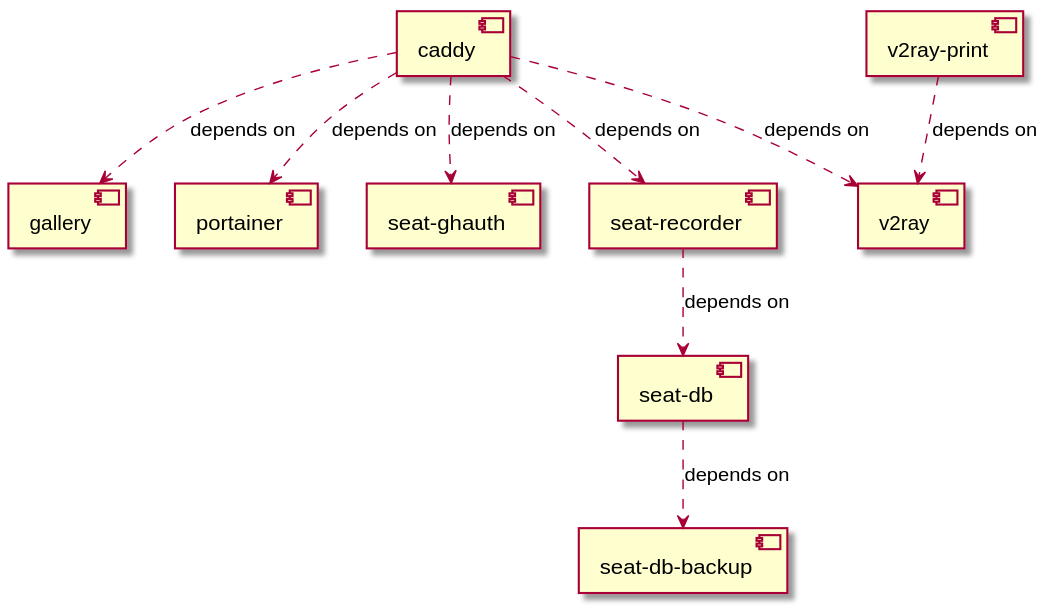
CS-Tao/services keeps this PlantUML diagram as services_graph.svg. Above is the earlier version.
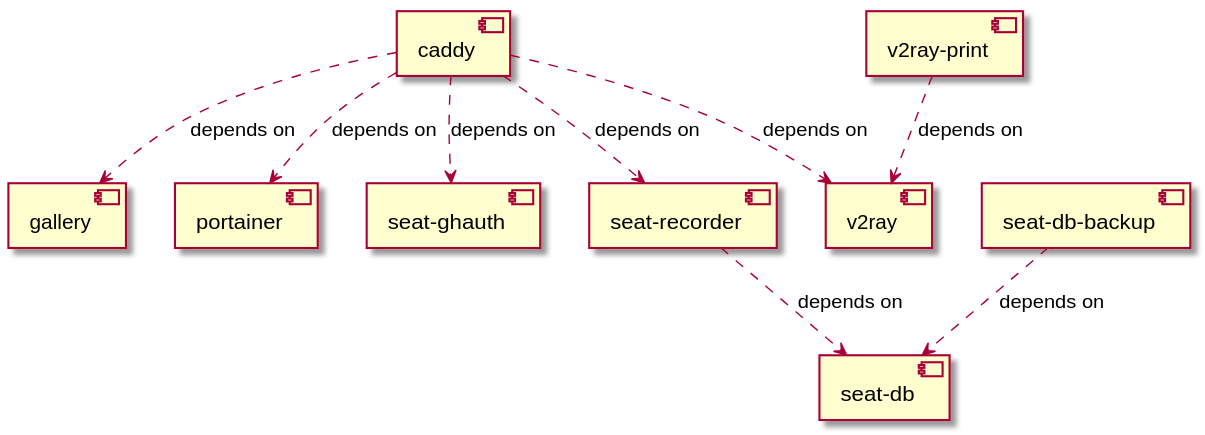
After the commit.

Commit message:
Automated deployment: Thu Jan 30 07:13:10 UTC 2020 9173ba64b4dc56de4b04fd0a06fdd6a2e250e084

The edit, as a diff of the source:
```diff
@@ -14,7 +14,7 @@
 [caddy] ..> [seat-ghauth] : depends on
 [caddy] ..> [seat-recorder] : depends on
 [caddy] ..> [v2ray] : depends on
-[seat-db] ..> [seat-db-backup] : depends on
+[seat-db-backup] ..> [seat-db] : depends on
 [seat-recorder] ..> [seat-db] : depends on
 [v2ray-print] ..> [v2ray] : depends on
 
```
